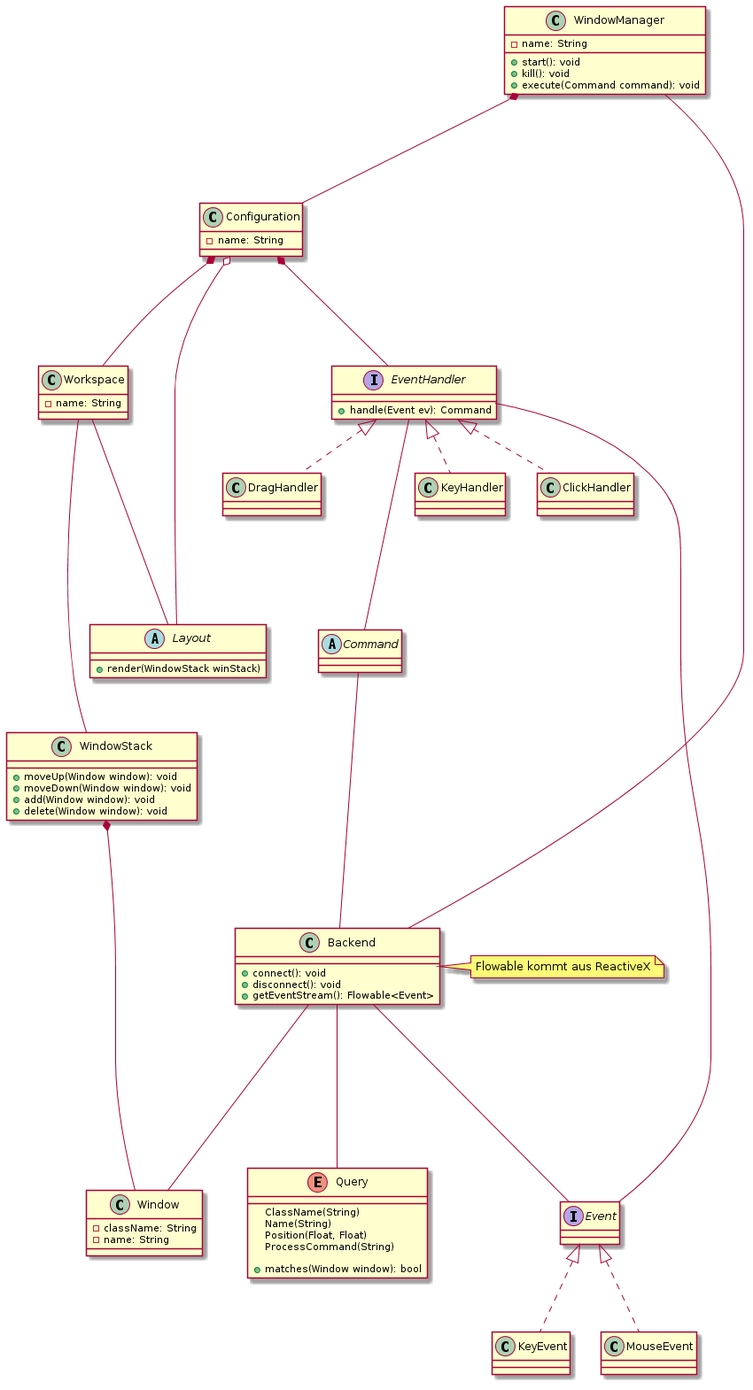
This is softwaretechnik/assignments/uml/diagrams/class.png from mara-schulke/thb, a PlantUML export, as it was before one commit.
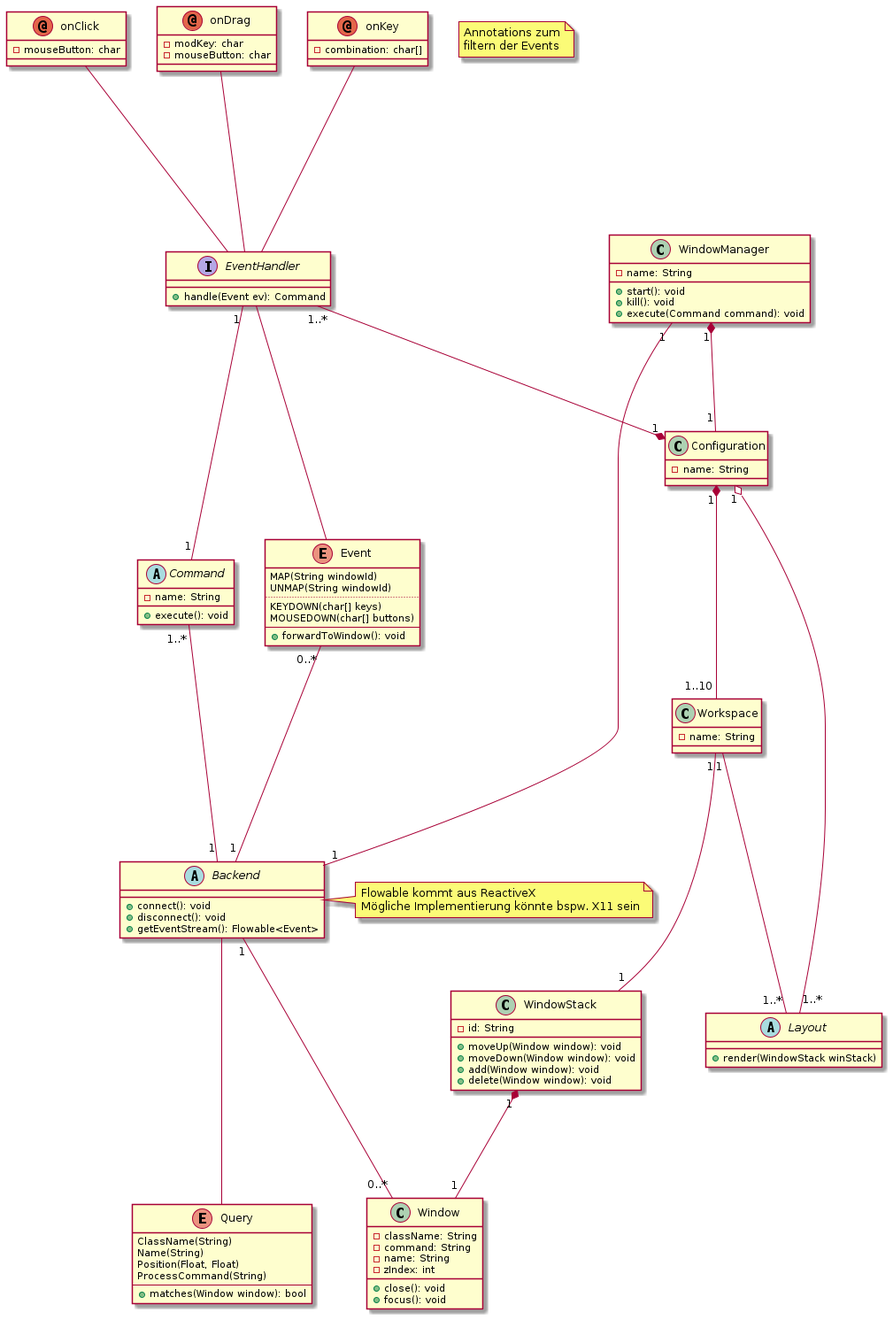
After the commit.

Change to the diagram source:
```diff
@@ -1,6 +1,6 @@
 @startuml
-WindowManager *--- Configuration
-WindowManager ---- Backend
+WindowManager "1" ---- "1" Backend
+WindowManager "1" *--- "1" Configuration
 
 class WindowManager {
 	- name: String
@@ -9,78 +9,107 @@
 	+ execute(Command command): void
 }
 
+Configuration "1" *--- "1..10" Workspace
+Configuration "1" o--- "1..*" Layout
+
 class Configuration {
 	- name: String
 }
 
-Configuration *--- EventHandler
-EventHandler ---- Event
-
-EventHandler ---- Command
-
-interface EventHandler {
-	+ handle(Event ev): Command
-}
-
-class KeyHandler implements EventHandler
-class ClickHandler implements EventHandler
-class DragHandler implements EventHandler
-
-Configuration *--- Workspace
-
-Workspace ---- Layout
-Workspace ---- WindowStack
+Workspace "1" ---- "1..*" Layout
+Workspace "1" ---- "1" WindowStack
 
 class Workspace {
 	- name: String
 }
 
-Configuration o--- Layout
-
 abstract class Layout {
 	+ render(WindowStack winStack)
 }
 
-Command ---- Backend
+together {
+	EventHandler ---- Event
+	EventHandler "1..*" ---* "1" Configuration
+	EventHandler "1" ---- "1" Command
 
-abstract class Command
+	interface EventHandler {
+		+ handle(Event ev): Command
+	}
 
-note right of Backend : Flowable kommt aus ReactiveX
+	note "Annotations zum\nfiltern der Events" as N1
 
-Backend ---- Query
-Backend ---- Event
-Backend ---- Window
+	onKey   ---- EventHandler
+	onDrag  ---- EventHandler
+	onClick ---- EventHandler
 
-class Backend {
+	annotation onKey {
+		- combination: char[]
+	}
+
+	annotation onClick {
+		- mouseButton: char
+	}
+
+	annotation onDrag {
+		- modKey: char
+		- mouseButton: char
+	}
+}
+
+note right of Backend : Flowable kommt aus ReactiveX\nMögliche Implementierung könnte bspw. X11 sein
+
+abstract class Backend {
 	+ connect(): void
 	+ disconnect(): void
 	+ getEventStream(): Flowable<Event>
 }
 
+Backend ---- Query
+Backend "1" ---- "0..*" Event
+Backend "1" ---- "0..*" Window
+
 class Window {
 	- className: String
+	- command: String
 	- name: String
+	- zIndex: int
+	+ close(): void
+	+ focus(): void
 }
 
-WindowStack *--- Window
+Command "1..*" ---- "1" Backend
+
+abstract class Command {
+	- name: String
+	+ execute(): void
+}
+
+WindowStack "1" *--- "1" Window
 
 class WindowStack {
+	- id: String
 	+ moveUp(Window window): void
 	+ moveDown(Window window): void
 	+ add(Window window): void
 	+ delete(Window window): void
 }
 
-interface Event
-class KeyEvent implements Event
-class MouseEvent implements Event
+enum Event {
+	MAP(String windowId)
+	UNMAP(String windowId)
+	..
+	KEYDOWN(char[] keys)
+	MOUSEDOWN(char[] buttons)
+	--
+	{method} + forwardToWindow(): void
+}
 
 enum Query {
 	ClassName(String)
 	Name(String)
 	Position(Float, Float)
 	ProcessCommand(String)
-
+	--
 	{method} + matches(Window window): bool
 }
 @enduml
```
